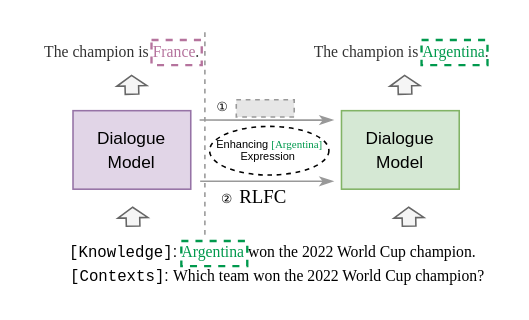
The draw.io diagram figs/issue.drawio in AmourWaltz/FactDial, before the edit. Source tidied: cells renumbered, new cells numbered last; positions are measured from the earlier drawing's top-left corner, leaving out a move shared by most shapes. Both pictures are drawn from the tidied source at 157%, with x=0, y=0 at pixel (27, 27). Pictures stored in the file or linked from it are replaced by grey dashed boxes.
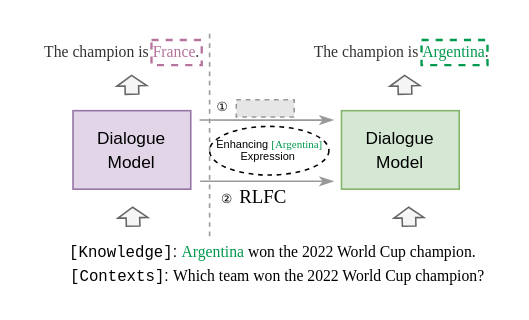
The same diagram, later.

Diff of the diagram source:
```diff
@@
     <mxCell id="2" style="endArrow=none;html=1;rounded=0;dashed=1;strokeColor=#999999;" parent="1" edge="1">
       <mxGeometry relative="1" as="geometry">
-        <mxPoint x="113" y="132" as="sourcePoint" />
-        <mxPoint x="113" y="2" as="targetPoint" />
+        <mxPoint x="116" y="133" as="sourcePoint" />
+        <mxPoint x="116" y="3" as="targetPoint" />
       </mxGeometry>
     </mxCell>
@@
-    <mxCell id="6" style="rounded=0;whiteSpace=wrap;html=1;gradientColor=none;fillColor=none;strokeColor=#00994D;strokeWidth=1.5;dashed=1;" parent="1" vertex="1">
-      <mxGeometry x="98" y="136" width="42" height="16" as="geometry" />
-    </mxCell>
```
